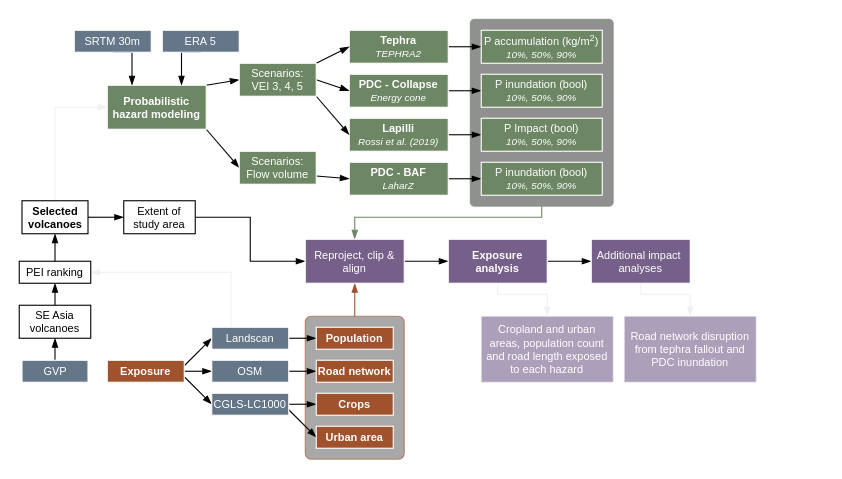
vharg/VolcGIS keeps this draw.io diagram as workflow.drawio. Above is the earlier version. Source tidied: cells renumbered, new cells numbered last; positions are measured from the earlier drawing's top-left corner, leaving out a move shared by most shapes. Both pictures are drawn from the tidied source at 110%, with x=0, y=0 at pixel (19, 19).
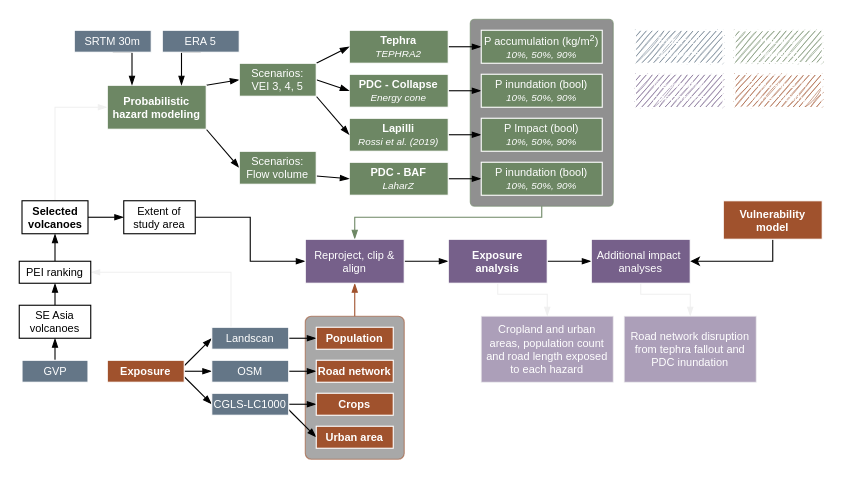
The same page after the edit.

Unchanged cells that the change refers to:
```xml
<mxCell id="64" value="Additional impact&amp;nbsp;&lt;br&gt;analyses" style="rounded=0;whiteSpace=wrap;html=1;fontSize=10;fillColor=#76608a;fontColor=#ffffff;strokeColor=#FFFFFF;" parent="1" vertex="1">
  <mxGeometry x="520" y="200" width="90" height="40" as="geometry" />
</mxCell>
```

What changed in the source:
```diff
@@
+    <mxCell id="67" value="External datasets" style="rounded=0;whiteSpace=wrap;html=1;fontSize=10;fillColor=#647687;fontColor=#ffffff;strokeColor=#FFFFFF;sketch=1;fontFamily=Comic Sans MS;" parent="1" vertex="1">
+      <mxGeometry x="560" y="10" width="80" height="30" as="geometry" />
+    </mxCell>
+    <mxCell id="68" value="Hazard &lt;br&gt;modeling" style="rounded=0;whiteSpace=wrap;html=1;fontSize=10;fontColor=#ffffff;strokeColor=#FFFFFF;sketch=1;fontFamily=Comic Sans MS;fillColor=#6D8764;" parent="1" vertex="1">
+      <mxGeometry x="650" y="10" width="80" height="30" as="geometry" />
+    </mxCell>
+    <mxCell id="69" style="edgeStyle=orthogonalEdgeStyle;rounded=0;jettySize=auto;html=1;exitX=0.5;exitY=1;exitDx=0;exitDy=0;entryX=1;entryY=0.5;entryDx=0;entryDy=0;fontFamily=Comic Sans MS;" parent="1" edge="1" source="70" target="64">
+      <mxGeometry relative="1" as="geometry" />
+    </mxCell>
+    <mxCell id="70" value="Vulnerability model" style="rounded=0;whiteSpace=wrap;html=1;fontSize=10;fillColor=#a0522d;fontColor=#ffffff;strokeColor=#FFFFFF;fontStyle=1;" parent="1" vertex="1">
+      <mxGeometry x="640" y="165" width="90" height="35" as="geometry" />
+    </mxCell>
+    <mxCell id="71" value="Geospatial operations" style="rounded=0;whiteSpace=wrap;html=1;fontSize=10;fontColor=#ffffff;strokeColor=#FFFFFF;sketch=1;fontFamily=Comic Sans MS;fillColor=#76608A;" parent="1" vertex="1">
+      <mxGeometry x="560" y="50" width="80" height="30" as="geometry" />
+    </mxCell>
+    <mxCell id="72" value="Exposure &amp;amp; vulnerability" style="rounded=0;whiteSpace=wrap;html=1;fontSize=10;fontColor=#ffffff;strokeColor=#FFFFFF;sketch=1;fontFamily=Comic Sans MS;fillColor=#A0522D;" parent="1" vertex="1">
+      <mxGeometry x="650" y="50" width="80" height="30" as="geometry" />
+    </mxCell>
```
